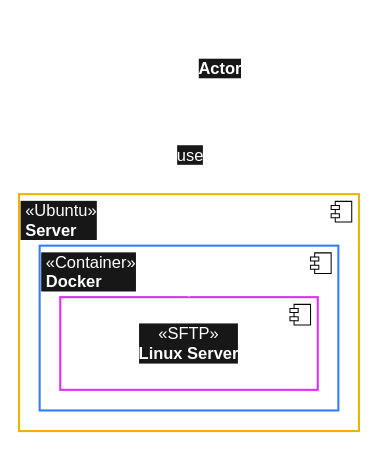
Earlier version of the draw.io diagram page "server_sftp-introduction" (1 of 3) of DATA_STREET/DATA_STREET.drawio (TrulyDigital/project-documentation). Source tidied: cells renumbered, new cells numbered last; positions are measured from the earlier drawing's top-left corner, leaving out a move shared by most shapes. Both pictures are drawn from the tidied source at 103%, with x=0, y=0 at pixel (19, 19).
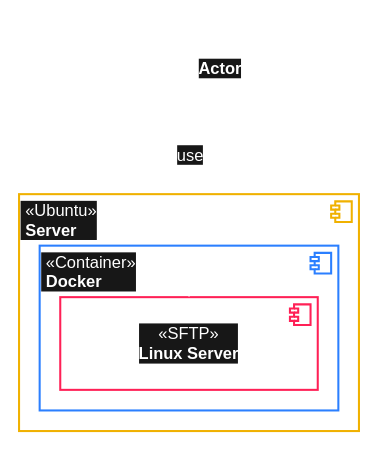
Above is the later version.

Diff of the diagram source:
```diff
@@
 <mxGraphModel>
   <root>
     <mxCell id="0" />
     <mxCell id="1" parent="0" />
     <mxCell id="2" value="&lt;span style=&quot;&quot;&gt;&amp;nbsp;«Ubuntu»&lt;br&gt;&lt;b&gt;&amp;nbsp;Server&lt;/b&gt;&lt;/span&gt;" style="html=1;whiteSpace=wrap;align=left;verticalAlign=top;fillColor=none;fontFamily=Helvetica;strokeColor=#F0B100;fontSize=16;strokeWidth=2;fontColor=#FFFFFF;labelBackgroundColor=#171717;" parent="1" vertex="1">
       <mxGeometry y="170" width="330" height="230" as="geometry" />
     </mxCell>
-    <mxCell id="3" style="shape=module;jettyWidth=8;jettyHeight=4;fontFamily=Inter;fontSize=16;" parent="2" vertex="1">
+    <mxCell id="3" style="shape=module;jettyWidth=8;jettyHeight=4;fontFamily=Inter;fontSize=16;fillColor=none;strokeColor=#F0B100;strokeWidth=2;" parent="2" vertex="1">
       <mxGeometry x="1" width="20" height="20" relative="1" as="geometry">
         <mxPoint x="-27" y="7" as="offset" />
       </mxGeometry>
     </mxCell>
     <mxCell id="4" value="&lt;font style=&quot;&quot;&gt;&amp;nbsp;«Container»&lt;br&gt;&lt;b&gt;&amp;nbsp;Docker&lt;/b&gt;&lt;/font&gt;" style="html=1;whiteSpace=wrap;align=left;verticalAlign=top;fillColor=none;fontFamily=Helvetica;strokeColor=#2B7FFF;fontSize=16;strokeWidth=2;fontColor=#FFFFFF;labelBackgroundColor=#171717;" parent="1" vertex="1">
       <mxGeometry x="20" y="220" width="290" height="160" as="geometry" />
     </mxCell>
-    <mxCell id="5" style="shape=module;jettyWidth=8;jettyHeight=4;fontFamily=Inter;fontSize=16;" parent="4" vertex="1">
+    <mxCell id="5" style="shape=module;jettyWidth=8;jettyHeight=4;fontFamily=Inter;fontSize=16;fillColor=none;strokeColor=#2B7FFF;strokeWidth=2;" parent="4" vertex="1">
       <mxGeometry x="1" width="20" height="20" relative="1" as="geometry">
         <mxPoint x="-27" y="7" as="offset" />
       </mxGeometry>
     </mxCell>
-    <mxCell id="6" value="&lt;font style=&quot;&quot;&gt;«SFTP»&lt;br&gt;&lt;b&gt;Linux Server&lt;/b&gt;&lt;/font&gt;" style="html=1;whiteSpace=wrap;align=center;verticalAlign=middle;fillColor=none;fontFamily=Helvetica;strokeColor=#E12AFB;fontSize=16;strokeWidth=2;fontColor=#FFFFFF;labelBackgroundColor=#171717;" parent="1" vertex="1">
+    <mxCell id="6" value="&lt;font style=&quot;&quot;&gt;«SFTP»&lt;br&gt;&lt;b&gt;Linux Server&lt;/b&gt;&lt;/font&gt;" style="html=1;whiteSpace=wrap;align=center;verticalAlign=middle;fillColor=none;fontFamily=Helvetica;strokeColor=#FF2056;fontSize=16;strokeWidth=2;fontColor=#FFFFFF;labelBackgroundColor=#171717;" parent="1" vertex="1">
       <mxGeometry x="40" y="270" width="250" height="90" as="geometry" />
     </mxCell>
-    <mxCell id="7" style="shape=module;jettyWidth=8;jettyHeight=4;fontFamily=Inter;fontSize=16;" parent="6" vertex="1">
+    <mxCell id="7" style="shape=module;jettyWidth=8;jettyHeight=4;fontFamily=Inter;fontSize=16;fillColor=none;strokeWidth=2;strokeColor=#FF2056;" parent="6" vertex="1">
       <mxGeometry x="1" width="20" height="20" relative="1" as="geometry">
         <mxPoint x="-27" y="7" as="offset" />
       </mxGeometry>
     </mxCell>
     <mxCell id="8" style="edgeStyle=orthogonalEdgeStyle;rounded=0;jettySize=auto;html=1;dashed=1;strokeWidth=2;strokeColor=#FFFFFF;fontSize=16;" parent="1" edge="1" source="10" target="6">
       <mxGeometry relative="1" as="geometry">
         <Array as="points">
           <mxPoint x="165" y="180" />
           <mxPoint x="165" y="180" />
         </Array>
       </mxGeometry>
     </mxCell>
     <mxCell id="9" value="&lt;span style=&quot;&quot;&gt;&lt;font style=&quot;&quot;&gt;use&lt;/font&gt;&lt;/span&gt;" style="edgeLabel;html=1;align=center;verticalAlign=middle;fontFamily=Helvetica;fontSize=16;labelBackgroundColor=#171717;fontColor=#FFFFFF;" parent="8" vertex="1">
       <mxGeometry x="-0.36" y="-1" relative="1" as="geometry">
         <mxPoint x="1" y="-17" as="offset" />
       </mxGeometry>
     </mxCell>
     <mxCell id="10" style="shape=umlActor;verticalLabelPosition=bottom;verticalAlign=top;html=1;strokeWidth=2;strokeColor=#FFFFFF;fontSize=16;labelBackgroundColor=default;fillColor=#FFFFFF;shadow=0;" parent="1" vertex="1">
       <mxGeometry x="140" width="50" height="90" as="geometry" />
     </mxCell>
     <mxCell id="11" value="&lt;font style=&quot;&quot;&gt;Actor&lt;/font&gt;" style="text;align=center;fontStyle=1;verticalAlign=middle;spacingLeft=3;spacingRight=3;strokeColor=none;html=1;fontFamily=Helvetica;fontSize=16;fontColor=#FFFFFF;labelBackgroundColor=#171717;" parent="1" vertex="1">
       <mxGeometry x="155" y="35" width="80" height="26" as="geometry" />
     </mxCell>
   </root>
 </mxGraphModel>
```
